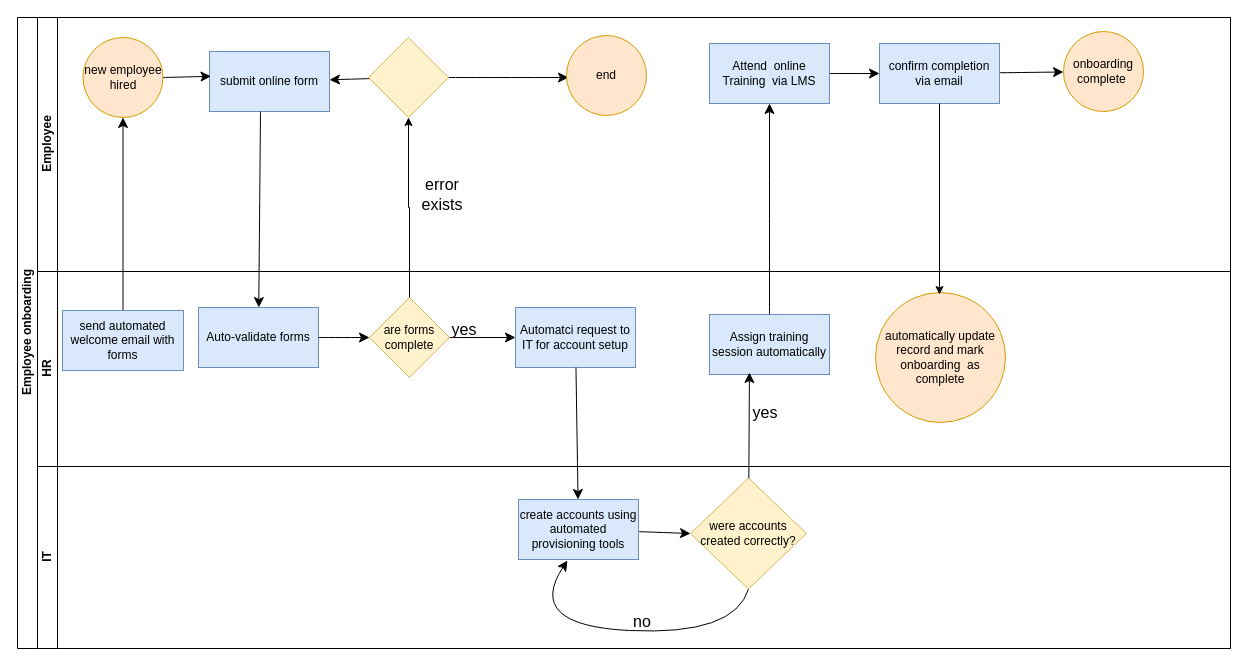
This is EliThomas.drawio from Tiedaman33/zero_day, a draw.io file, before an edit. Source tidied: cells renumbered, new cells numbered last; positions are measured from the earlier drawing's top-left corner, leaving out a move shared by most shapes. Both pictures are drawn from the tidied source at 100%, with x=0, y=0 at pixel (17, 17).
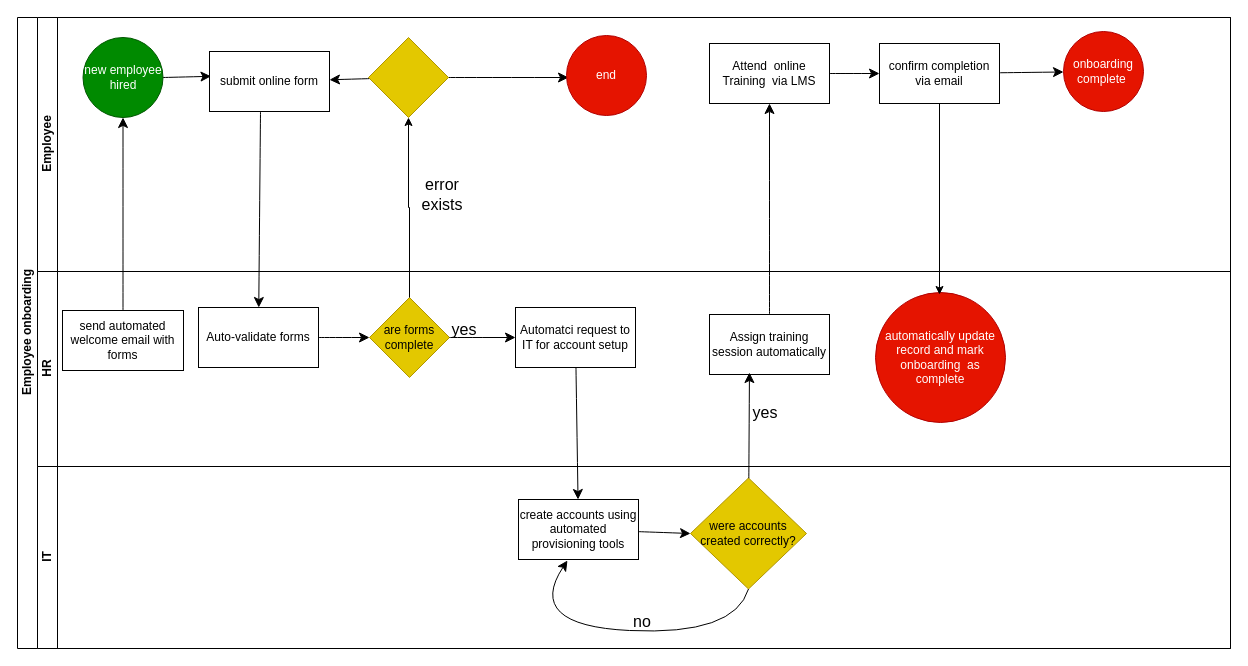
Above is the later version.

The change refers to these unchanged cells:
```xml
<mxCell id="3" value="Employee" style="swimlane;startSize=20;horizontal=0;html=1;" parent="2" vertex="1">
  <mxGeometry x="20" width="1193" height="254" as="geometry" />
</mxCell>
<mxCell id="19" value="HR" style="swimlane;startSize=20;horizontal=0;html=1;" parent="2" vertex="1">
  <mxGeometry x="20" y="254" width="1193" height="195" as="geometry" />
</mxCell>
<mxCell id="30" value="IT" style="swimlane;startSize=20;horizontal=0;html=1;" parent="2" vertex="1">
  <mxGeometry x="20" y="449" width="1193" height="182" as="geometry" />
</mxCell>
```

The edit, as a diff of the source:
```diff
@@
-    <mxCell id="4" value="new employee hired" style="ellipse;whiteSpace=wrap;html=1;fillColor=#ffe6cc;strokeColor=#d79b00;" parent="3" vertex="1">
+    <mxCell id="4" value="new employee hired" style="ellipse;whiteSpace=wrap;html=1;fillColor=#008a00;strokeColor=#005700;fontColor=#ffffff;" parent="3" vertex="1">
       <mxGeometry x="45.5" y="20" width="80" height="80" as="geometry" />
     </mxCell>
-    <mxCell id="5" value="submit online form" style="rounded=0;whiteSpace=wrap;html=1;fillColor=#dae8fc;strokeColor=#6c8ebf;" parent="3" vertex="1">
+    <mxCell id="5" value="submit online form" style="rounded=0;whiteSpace=wrap;html=1;" parent="3" vertex="1">
       <mxGeometry x="172" y="34" width="120" height="60" as="geometry" />
     </mxCell>
@@
-    <mxCell id="10" style="rhombus;whiteSpace=wrap;html=1;fillColor=#fff2cc;strokeColor=#d6b656;" parent="3" vertex="1">
+    <mxCell id="10" style="rhombus;whiteSpace=wrap;html=1;fillColor=#e3c800;strokeColor=#B09500;fontColor=#000000;" parent="3" vertex="1">
       <mxGeometry x="331" y="20" width="80" height="80" as="geometry" />
     </mxCell>
-    <mxCell id="11" value="end" style="ellipse;whiteSpace=wrap;html=1;fillColor=#ffe6cc;strokeColor=#d79b00;" parent="3" vertex="1">
+    <mxCell id="11" value="end" style="ellipse;whiteSpace=wrap;html=1;fillColor=#e51400;strokeColor=#B20000;fontColor=#ffffff;" parent="3" vertex="1">
       <mxGeometry x="529" y="18" width="80" height="80" as="geometry" />
     </mxCell>
@@
-    <mxCell id="13" value="Attend&amp;nbsp; online Training&amp;nbsp; via LMS" style="rounded=0;whiteSpace=wrap;html=1;fillColor=#dae8fc;strokeColor=#6c8ebf;" parent="3" vertex="1">
+    <mxCell id="13" value="Attend&amp;nbsp; online Training&amp;nbsp; via LMS" style="rounded=0;whiteSpace=wrap;html=1;" parent="3" vertex="1">
       <mxGeometry x="672" y="26" width="120" height="60" as="geometry" />
     </mxCell>
@@
-    <mxCell id="15" value="confirm completion via email" style="whiteSpace=wrap;html=1;rounded=0;fillColor=#dae8fc;strokeColor=#6c8ebf;" parent="3" vertex="1">
+    <mxCell id="15" value="confirm completion via email" style="whiteSpace=wrap;html=1;rounded=0;" parent="3" vertex="1">
       <mxGeometry x="842" y="26" width="120" height="60" as="geometry" />
     </mxCell>
-    <mxCell id="16" value="onboarding complete&amp;nbsp;" style="ellipse;whiteSpace=wrap;html=1;rounded=0;fillColor=#ffe6cc;strokeColor=#d79b00;" parent="3" vertex="1">
+    <mxCell id="16" value="onboarding complete&amp;nbsp;" style="ellipse;whiteSpace=wrap;html=1;rounded=0;fillColor=#e51400;strokeColor=#B20000;fontColor=#ffffff;" parent="3" vertex="1">
       <mxGeometry x="1026" y="14" width="80" height="80" as="geometry" />
     </mxCell>
@@
-    <mxCell id="20" value="&lt;font&gt;send automated welcome email with forms&lt;/font&gt;" style="rounded=0;whiteSpace=wrap;html=1;fillColor=#dae8fc;strokeColor=#6c8ebf;" parent="19" vertex="1">
+    <mxCell id="20" value="&lt;font&gt;send automated welcome email with forms&lt;/font&gt;" style="rounded=0;whiteSpace=wrap;html=1;" parent="19" vertex="1">
       <mxGeometry x="25" y="39" width="121" height="60" as="geometry" />
     </mxCell>
-    <mxCell id="21" value="Auto-validate forms" style="rounded=0;whiteSpace=wrap;html=1;fillColor=#dae8fc;strokeColor=#6c8ebf;" parent="19" vertex="1">
+    <mxCell id="21" value="Auto-validate forms" style="rounded=0;whiteSpace=wrap;html=1;" parent="19" vertex="1">
       <mxGeometry x="161" y="36" width="120" height="60" as="geometry" />
     </mxCell>
-    <mxCell id="22" value="are forms complete" style="rhombus;whiteSpace=wrap;html=1;fillColor=#fff2cc;strokeColor=#d6b656;" parent="19" vertex="1">
+    <mxCell id="22" value="are forms complete" style="rhombus;whiteSpace=wrap;html=1;fillColor=#e3c800;strokeColor=#B09500;fontColor=#000000;" parent="19" vertex="1">
       <mxGeometry x="332" y="26" width="80" height="80" as="geometry" />
     </mxCell>
@@
-    <mxCell id="24" value="Assign training session automatically" style="rounded=0;whiteSpace=wrap;html=1;fillColor=#dae8fc;strokeColor=#6c8ebf;" parent="19" vertex="1">
+    <mxCell id="24" value="Assign training session automatically" style="rounded=0;whiteSpace=wrap;html=1;" parent="19" vertex="1">
       <mxGeometry x="672" y="43" width="120" height="60" as="geometry" />
     </mxCell>
@@
-    <mxCell id="26" value="Automatci request to IT for account setup" style="rounded=0;whiteSpace=wrap;html=1;fillColor=#dae8fc;strokeColor=#6c8ebf;" parent="19" vertex="1">
+    <mxCell id="26" value="Automatci request to IT for account setup" style="rounded=0;whiteSpace=wrap;html=1;" parent="19" vertex="1">
       <mxGeometry x="478" y="36" width="120" height="60" as="geometry" />
     </mxCell>
@@
-    <mxCell id="29" value="automatically update record and mark onboarding&amp;nbsp; as complete" style="ellipse;whiteSpace=wrap;html=1;rounded=0;fillColor=#ffe6cc;strokeColor=#d79b00;" parent="19" vertex="1">
+    <mxCell id="29" value="automatically update record and mark onboarding&amp;nbsp; as complete" style="ellipse;whiteSpace=wrap;html=1;rounded=0;fillColor=#e51400;strokeColor=#B20000;fontColor=#ffffff;" parent="19" vertex="1">
       <mxGeometry x="838" y="21" width="130" height="130" as="geometry" />
     </mxCell>
@@
-    <mxCell id="32" value="create accounts using automated provisioning tools" style="rounded=0;whiteSpace=wrap;html=1;fillColor=#dae8fc;strokeColor=#6c8ebf;" parent="30" vertex="1">
+    <mxCell id="32" value="create accounts using automated provisioning tools" style="rounded=0;whiteSpace=wrap;html=1;" parent="30" vertex="1">
       <mxGeometry x="481" y="33" width="120" height="60" as="geometry" />
     </mxCell>
-    <mxCell id="33" value="&lt;font&gt;were accounts created correctly?&lt;/font&gt;" style="rhombus;whiteSpace=wrap;html=1;fillColor=#fff2cc;strokeColor=#d6b656;" parent="30" vertex="1">
+    <mxCell id="33" value="&lt;font&gt;were accounts created correctly?&lt;/font&gt;" style="rhombus;whiteSpace=wrap;html=1;fillColor=#e3c800;strokeColor=#B09500;fontColor=#000000;" parent="30" vertex="1">
       <mxGeometry x="653" y="11.5" width="116" height="111" as="geometry" />
     </mxCell>
```
